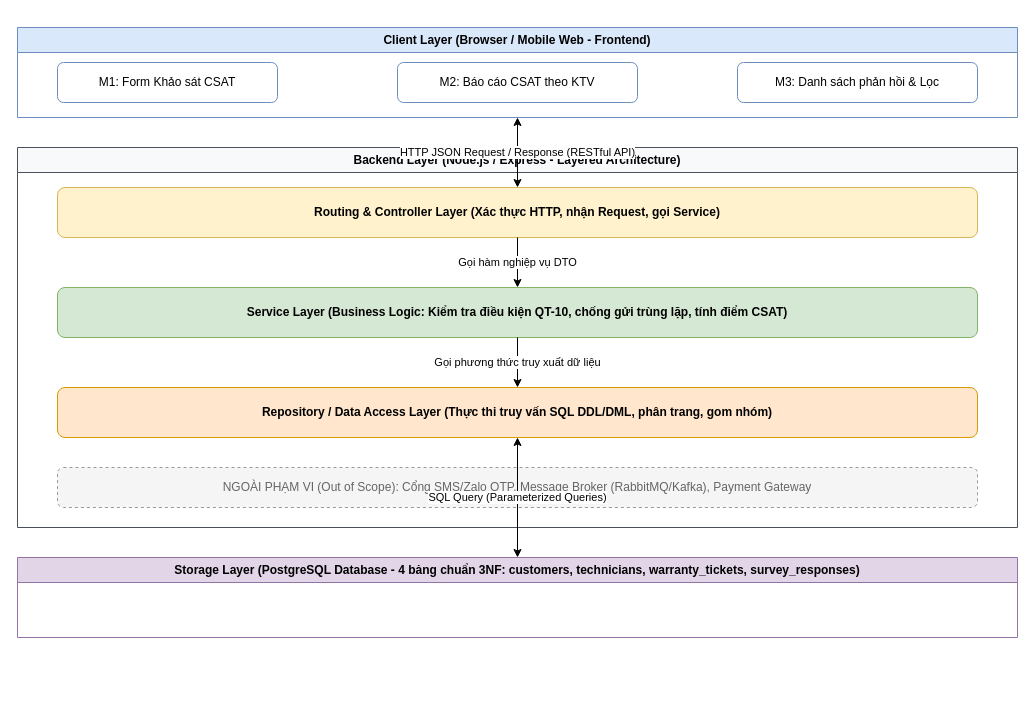
Earlier version of the draw.io diagram docs/architecture.drawio (Ian1817/cdtn1-vohoangphilan-l8). Source tidied: cells renumbered, new cells numbered last; positions are measured from the earlier drawing's top-left corner, leaving out a move shared by most shapes. Both pictures are drawn from the tidied source at 100%, with x=0, y=0 at pixel (17, 27).
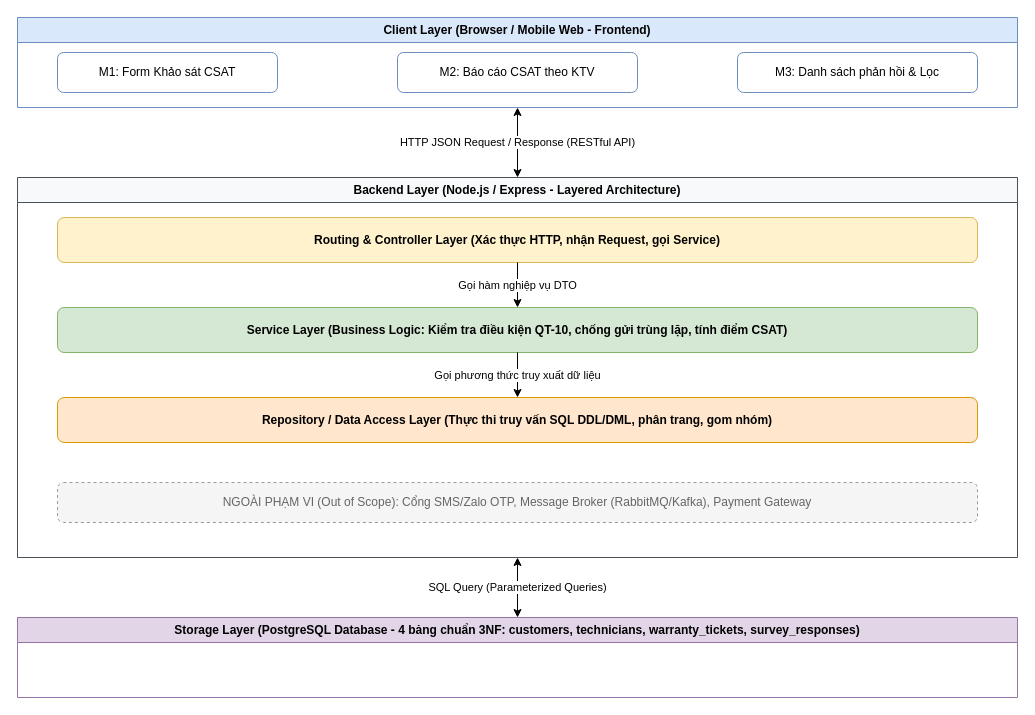
After the change.

Commit message:
Refactor architecture diagram layout

Adjusted positions of various layers and elements in the architecture diagram for better clarity and spacing.

Diff of the diagram source:
```diff
@@
 <mxGraphModel>
   <root>
     <mxCell id="0" />
     <mxCell id="1" parent="0" />
     <mxCell id="2" value="Client Layer (Browser / Mobile Web - Frontend)" style="shape=swimlane;whiteSpace=wrap;html=1;startSize=25;fillColor=#dae8fc;strokeColor=#6c8ebf;fontStyle=1;" parent="1" vertex="1">
-      <mxGeometry width="1000" height="90" as="geometry" />
+      <mxGeometry y="-10" width="1000" height="90" as="geometry" />
     </mxCell>
     <mxCell id="3" value="M1: Form Khảo sát CSAT" style="rounded=1;whiteSpace=wrap;html=1;fillColor=#ffffff;strokeColor=#6c8ebf;" parent="2" vertex="1">
       <mxGeometry x="40" y="35" width="220" height="40" as="geometry" />
     </mxCell>
     <mxCell id="4" value="M2: Báo cáo CSAT theo KTV" style="rounded=1;whiteSpace=wrap;html=1;fillColor=#ffffff;strokeColor=#6c8ebf;" parent="2" vertex="1">
       <mxGeometry x="380" y="35" width="240" height="40" as="geometry" />
     </mxCell>
-    <mxCell id="5" value="M3: Danh sách phản hồi &amp;amp; Lọc" style="rounded=1;whiteSpace=wrap;html=1;fillColor=#ffffff;strokeColor=#6c8ebf;" parent="2" vertex="1">
+    <mxCell id="5" value="M3: Danh sách phản hồi &amp; Lọc" style="rounded=1;whiteSpace=wrap;html=1;fillColor=#ffffff;strokeColor=#6c8ebf;" parent="2" vertex="1">
       <mxGeometry x="720" y="35" width="240" height="40" as="geometry" />
     </mxCell>
     <mxCell id="6" value="Backend Layer (Node.js / Express - Layered Architecture)" style="shape=swimlane;whiteSpace=wrap;html=1;startSize=25;fillColor=#f8f9fa;strokeColor=#495057;fontStyle=1;" parent="1" vertex="1">
-      <mxGeometry y="120" width="1000" height="380" as="geometry" />
+      <mxGeometry y="150" width="1000" height="380" as="geometry" />
     </mxCell>
-    <mxCell id="7" value="Routing &amp;amp; Controller Layer (Xác thực HTTP, nhận Request, gọi Service)" style="rounded=1;whiteSpace=wrap;html=1;fillColor=#fff2cc;strokeColor=#d6b656;fontStyle=1;" parent="6" vertex="1">
-      <mxGeometry x="40" y="40" width="920" height="50" as="geometry" />
+    <mxCell id="7" value="Routing &amp; Controller Layer (Xác thực HTTP, nhận Request, gọi Service)" style="rounded=1;whiteSpace=wrap;html=1;fillColor=#fff2cc;strokeColor=#d6b656;fontStyle=1;" parent="6" vertex="1">
+      <mxGeometry x="40" y="40" width="920" height="45" as="geometry" />
     </mxCell>
     <mxCell id="8" value="Service Layer (Business Logic: Kiểm tra điều kiện QT-10, chống gửi trùng lặp, tính điểm CSAT)" style="rounded=1;whiteSpace=wrap;html=1;fillColor=#d5e8d4;strokeColor=#82b366;fontStyle=1;" parent="6" vertex="1">
-      <mxGeometry x="40" y="140" width="920" height="50" as="geometry" />
+      <mxGeometry x="40" y="130" width="920" height="45" as="geometry" />
     </mxCell>
     <mxCell id="9" value="Repository / Data Access Layer (Thực thi truy vấn SQL DDL/DML, phân trang, gom nhóm)" style="rounded=1;whiteSpace=wrap;html=1;fillColor=#ffe6cc;strokeColor=#d79b00;fontStyle=1;" parent="6" vertex="1">
-      <mxGeometry x="40" y="240" width="920" height="50" as="geometry" />
+      <mxGeometry x="40" y="220" width="920" height="45" as="geometry" />
     </mxCell>
     <mxCell id="10" value="NGOÀI PHẠM VI (Out of Scope): Cổng SMS/Zalo OTP, Message Broker (RabbitMQ/Kafka), Payment Gateway" style="rounded=1;whiteSpace=wrap;html=1;fillColor=#f5f5f5;fontColor=#666666;strokeColor=#999999;dashed=1;" parent="6" vertex="1">
-      <mxGeometry x="40" y="320" width="920" height="40" as="geometry" />
+      <mxGeometry x="40" y="305" width="920" height="40" as="geometry" />
     </mxCell>
     <mxCell id="11" value="Storage Layer (PostgreSQL Database - 4 bảng chuẩn 3NF: customers, technicians, warranty_tickets, survey_responses)" style="shape=swimlane;whiteSpace=wrap;html=1;startSize=25;fillColor=#e1d5e7;strokeColor=#9673a6;fontStyle=1;" parent="1" vertex="1">
-      <mxGeometry y="530" width="1000" height="80" as="geometry" />
+      <mxGeometry y="590" width="1000" height="80" as="geometry" />
     </mxCell>
-    <mxCell id="12" value="HTTP JSON Request / Response (RESTful API)" style="endArrow=classic;startArrow=classic;html=1;exitX=0.5;exitY=1;exitDx=0;exitDy=0;entryX=0.5;entryY=0;entryDx=0;entryDy=0;" parent="1" edge="1" source="2" target="7">
+    <mxCell id="12" value="HTTP JSON Request / Response (RESTful API)" style="endArrow=classic;startArrow=classic;html=1;exitX=0.5;exitY=1;exitDx=0;exitDy=0;entryX=0.5;entryY=0;entryDx=0;entryDy=0;" parent="1" edge="1" source="2" target="6">
       <mxGeometry relative="1" as="geometry" />
     </mxCell>
     <mxCell id="13" value="Gọi hàm nghiệp vụ DTO" style="endArrow=classic;html=1;exitX=0.5;exitY=1;exitDx=0;exitDy=0;entryX=0.5;entryY=0;entryDx=0;entryDy=0;" parent="6" edge="1" source="7" target="8">
       <mxGeometry relative="1" as="geometry" />
     </mxCell>
     <mxCell id="14" value="Gọi phương thức truy xuất dữ liệu" style="endArrow=classic;html=1;exitX=0.5;exitY=1;exitDx=0;exitDy=0;entryX=0.5;entryY=0;entryDx=0;entryDy=0;" parent="6" edge="1" source="8" target="9">
       <mxGeometry relative="1" as="geometry" />
     </mxCell>
-    <mxCell id="15" value="SQL Query (Parameterized Queries)" style="endArrow=classic;startArrow=classic;html=1;exitX=0.5;exitY=1;exitDx=0;exitDy=0;entryX=0.5;entryY=0;entryDx=0;entryDy=0;" parent="1" edge="1" source="9" target="11">
+    <mxCell id="15" value="SQL Query (Parameterized Queries)" style="endArrow=classic;startArrow=classic;html=1;exitX=0.5;exitY=1;exitDx=0;exitDy=0;entryX=0.5;entryY=0;entryDx=0;entryDy=0;" parent="1" edge="1" source="6" target="11">
       <mxGeometry relative="1" as="geometry" />
     </mxCell>
   </root>
 </mxGraphModel>
```
